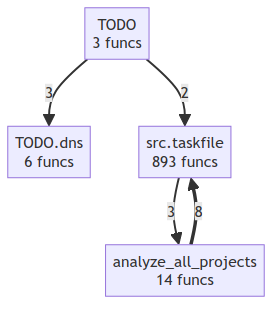
pyfunc/taskfile keeps this Mermaid diagram as project/compact_flow.png. Above is the earlier version. Its source is kept beside it as project/compact_flow.mmd.
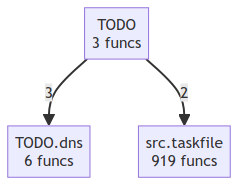
The same file after the commit.

The edit, as a diff of the source:
```diff
@@ -1,9 +1,6 @@
 flowchart TD
     TODO["TODO<br/>3 funcs"]
     TODO__dns["TODO.dns<br/>6 funcs"]
-    analyze_all_projects["analyze_all_projects<br/>14 funcs"]
-    src__taskfile["src.taskfile<br/>893 funcs"]
-    analyze_all_projects ==>|8| src__taskfile
+    src__taskfile["src.taskfile<br/>919 funcs"]
     TODO -->|3| TODO__dns
-    src__taskfile -->|3| analyze_all_projects
     TODO -->|2| src__taskfile
```
